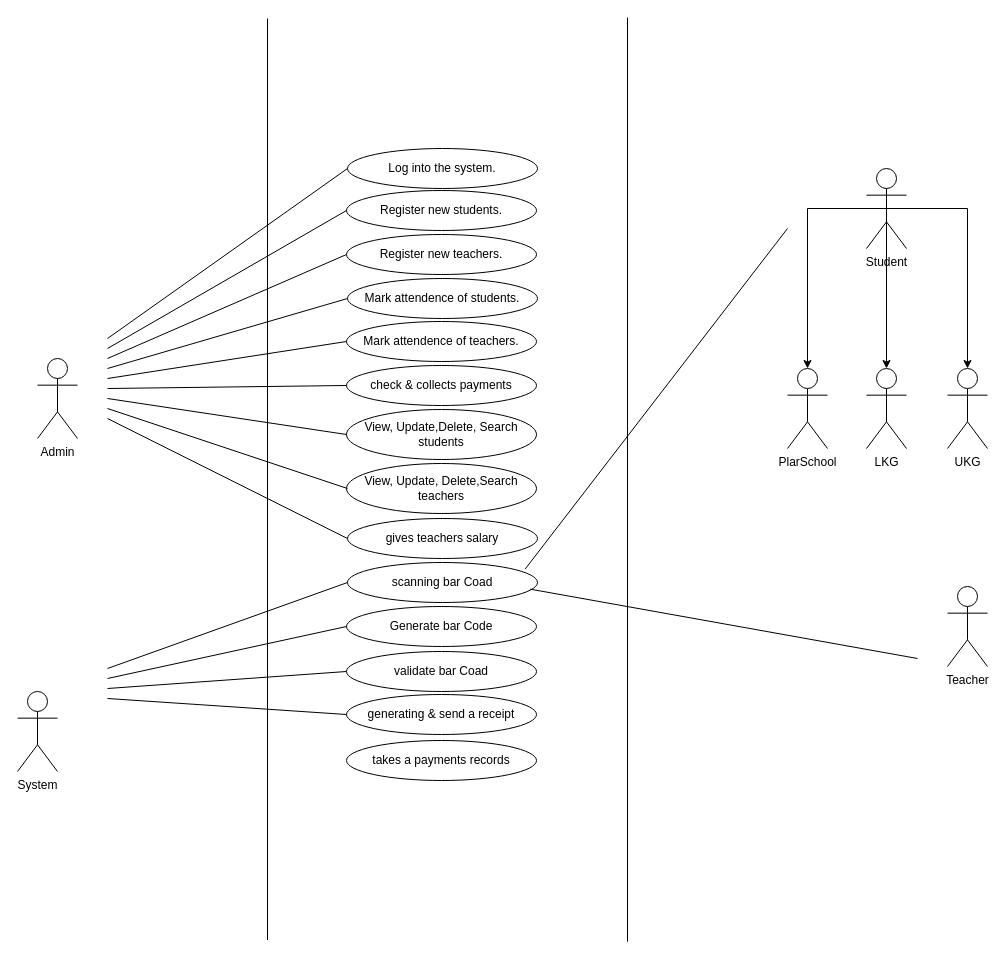
Before: UseCase.drawio in Dulara-Akalanka/Group-Software-Project, a draw.io diagram. Source tidied: cells renumbered, new cells numbered last; positions are measured from the earlier drawing's top-left corner, leaving out a move shared by most shapes. Both pictures are drawn from the tidied source at 100%, with x=0, y=0 at pixel (17, 17).
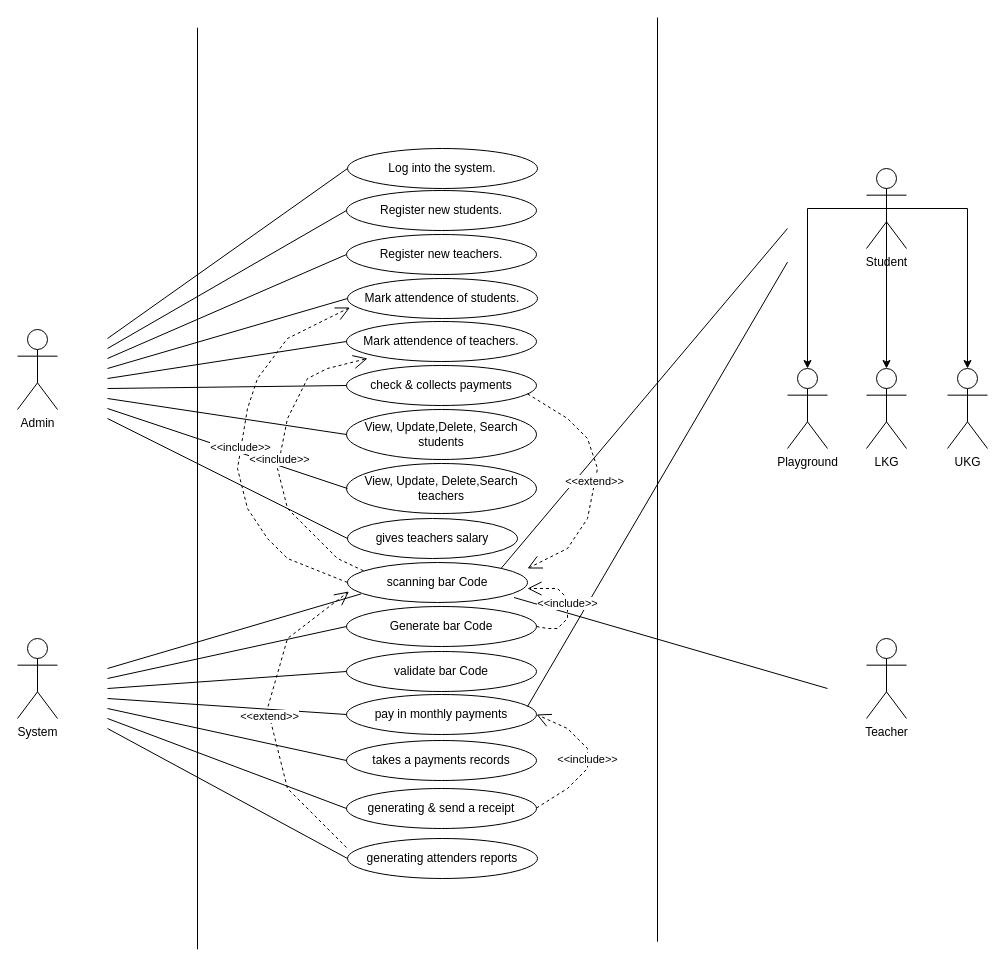
Above is the later version.

The change refers to these unchanged cells:
```xml
<mxCell id="4" value="check &amp;amp; collects payments" style="ellipse;whiteSpace=wrap;html=1;" parent="1" vertex="1">
  <mxGeometry x="329" y="348" width="190" height="40" as="geometry" />
</mxCell>
<mxCell id="7" value="Generate bar Code" style="ellipse;whiteSpace=wrap;html=1;" parent="1" vertex="1">
  <mxGeometry x="329" y="589" width="190" height="40" as="geometry" />
</mxCell>
<mxCell id="18" value="takes a payments records" style="ellipse;whiteSpace=wrap;html=1;" parent="1" vertex="1">
  <mxGeometry x="329" y="723" width="190" height="40" as="geometry" />
</mxCell>
<mxCell id="29" value="Mark attendence of students." style="ellipse;whiteSpace=wrap;html=1;" parent="1" vertex="1">
  <mxGeometry x="330" y="261" width="190" height="40" as="geometry" />
</mxCell>
```

Diff of the diagram source:
```diff
@@
-    <mxCell id="2" value="Admin" style="shape=umlActor;verticalLabelPosition=bottom;verticalAlign=top;html=1;" parent="1" vertex="1">
-      <mxGeometry x="20" y="341" width="40" height="80" as="geometry" />
-    </mxCell>
     <mxCell id="3" value="Teacher" style="shape=umlActor;verticalLabelPosition=bottom;verticalAlign=top;html=1;" parent="1" vertex="1">
-      <mxGeometry x="930" y="569" width="40" height="80" as="geometry" />
+      <mxGeometry x="849" y="621" width="40" height="80" as="geometry" />
     </mxCell>
@@
     <mxCell id="5" value="gives teachers salary" style="ellipse;whiteSpace=wrap;html=1;" parent="1" vertex="1">
-      <mxGeometry x="330" y="501" width="190" height="40" as="geometry" />
+      <mxGeometry x="330" y="501" width="170" height="40" as="geometry" />
     </mxCell>
-    <mxCell id="6" value="scanning bar Coad" style="ellipse;whiteSpace=wrap;html=1;" parent="1" vertex="1">
-      <mxGeometry x="330" y="545" width="190" height="40" as="geometry" />
+    <mxCell id="6" value="scanning bar Code" style="ellipse;whiteSpace=wrap;html=1;" parent="1" vertex="1">
+      <mxGeometry x="330" y="545" width="180" height="40" as="geometry" />
     </mxCell>
@@
-    <mxCell id="8" value="validate bar Coad" style="ellipse;whiteSpace=wrap;html=1;" parent="1" vertex="1">
+    <mxCell id="8" value="validate bar Code" style="ellipse;whiteSpace=wrap;html=1;" parent="1" vertex="1">
       <mxGeometry x="329" y="634" width="190" height="40" as="geometry" />
     </mxCell>
     <mxCell id="9" value="System" style="shape=umlActor;verticalLabelPosition=bottom;verticalAlign=top;html=1;" parent="1" vertex="1">
-      <mxGeometry y="674" width="40" height="80" as="geometry" />
+      <mxGeometry y="621" width="40" height="80" as="geometry" />
     </mxCell>
-    <mxCell id="10" value="generating &amp;amp; send a receipt" style="ellipse;whiteSpace=wrap;html=1;" parent="1" vertex="1">
+    <mxCell id="10" value="pay in monthly payments" style="ellipse;whiteSpace=wrap;html=1;" parent="1" vertex="1">
       <mxGeometry x="329" y="677" width="190" height="40" as="geometry" />
     </mxCell>
     <mxCell id="11" style="endArrow=none;html=1;rounded=0;" parent="1" edge="1">
       <mxGeometry relative="1" as="geometry">
-        <mxPoint x="250" y="922.6" as="sourcePoint" />
-        <mxPoint x="250" y="1" as="targetPoint" />
+        <mxPoint x="180" y="931.8" as="sourcePoint" />
+        <mxPoint x="180" y="10.2" as="targetPoint" />
       </mxGeometry>
     </mxCell>
     <mxCell id="12" style="endArrow=none;html=1;rounded=0;" parent="1" edge="1">
       <mxGeometry relative="1" as="geometry">
-        <mxPoint x="610" y="924.2" as="sourcePoint" />
-        <mxPoint x="610" as="targetPoint" />
+        <mxPoint x="640" y="924.2" as="sourcePoint" />
+        <mxPoint x="640" as="targetPoint" />
       </mxGeometry>
     </mxCell>
@@
-    <mxCell id="17" style="endArrow=none;html=1;rounded=0;exitX=0.935;exitY=0.165;exitDx=0;exitDy=0;exitPerimeter=0;" parent="1" edge="1" source="6">
+    <mxCell id="17" style="endArrow=none;html=1;rounded=0;exitX=1;exitY=0;exitDx=0;exitDy=0;" parent="1" edge="1" source="6">
       <mxGeometry relative="1" as="geometry">
         <mxPoint x="770" y="211" as="targetPoint" />
       </mxGeometry>
     </mxCell>
@@
-    <mxCell id="23" value="PlarSchool" style="shape=umlActor;verticalLabelPosition=bottom;verticalAlign=top;html=1;" parent="1" vertex="1">
+    <mxCell id="23" value="Playground" style="shape=umlActor;verticalLabelPosition=bottom;verticalAlign=top;html=1;" parent="1" vertex="1">
       <mxGeometry x="770" y="351" width="40" height="80" as="geometry" />
     </mxCell>
@@
-    <mxCell id="41" style="endArrow=none;html=1;rounded=0;entryX=0;entryY=0.5;entryDx=0;entryDy=0;entryPerimeter=0;" parent="1" edge="1" target="6">
+    <mxCell id="41" style="endArrow=none;html=1;rounded=0;entryX=0.076;entryY=0.785;entryDx=0;entryDy=0;entryPerimeter=0;" parent="1" edge="1" target="6">
       <mxGeometry relative="1" as="geometry">
         <mxPoint x="90" y="651" as="sourcePoint" />
       </mxGeometry>
     </mxCell>
-    <mxCell id="42" style="endArrow=none;html=1;rounded=0;exitX=0.96;exitY=0.665;exitDx=0;exitDy=0;exitPerimeter=0;" parent="1" edge="1" source="6">
+    <mxCell id="42" style="endArrow=none;html=1;rounded=0;exitX=0.925;exitY=0.875;exitDx=0;exitDy=0;exitPerimeter=0;" parent="1" edge="1" source="6">
       <mxGeometry relative="1" as="geometry">
-        <mxPoint x="900" y="641" as="targetPoint" />
+        <mxPoint x="810" y="671" as="targetPoint" />
       </mxGeometry>
     </mxCell>
+    <mxCell id="43" style="endArrow=none;html=1;rounded=0;entryX=0;entryY=0.5;entryDx=0;entryDy=0;" parent="1" edge="1" target="18">
+      <mxGeometry relative="1" as="geometry">
+        <mxPoint x="90" y="691" as="sourcePoint" />
+      </mxGeometry>
+    </mxCell>
+    <mxCell id="2" value="Admin" style="shape=umlActor;verticalLabelPosition=bottom;verticalAlign=top;html=1;" parent="1" vertex="1">
+      <mxGeometry y="312" width="40" height="80" as="geometry" />
+    </mxCell>
+    <mxCell id="44" value="&amp;lt;&amp;lt;extend&amp;gt;&amp;gt;" style="endArrow=open;endSize=12;dashed=1;html=1;rounded=0;exitX=0.953;exitY=0.71;exitDx=0;exitDy=0;exitPerimeter=0;" parent="1" edge="1" source="4">
+      <mxGeometry x="0.01" relative="1" as="geometry">
+        <mxPoint x="510" y="551" as="targetPoint" />
+        <Array as="points">
+          <mxPoint x="550" y="401" />
+          <mxPoint x="570" y="421" />
+          <mxPoint x="580" y="451" />
+          <mxPoint x="570" y="501" />
+          <mxPoint x="550" y="531" />
+        </Array>
+      </mxGeometry>
+    </mxCell>
+    <mxCell id="45" value="&amp;lt;&amp;lt;include&amp;gt;&amp;gt;" style="endArrow=open;endSize=12;dashed=1;html=1;rounded=0;entryX=0.013;entryY=0.725;entryDx=0;entryDy=0;entryPerimeter=0;" parent="1" edge="1" target="29">
+      <mxGeometry relative="1" as="geometry">
+        <mxPoint x="330" y="565" as="sourcePoint" />
+        <Array as="points">
+          <mxPoint x="270" y="541" />
+          <mxPoint x="250" y="521" />
+          <mxPoint x="230" y="491" />
+          <mxPoint x="220" y="451" />
+          <mxPoint x="230" y="391" />
+          <mxPoint x="240" y="361" />
+          <mxPoint x="270" y="321" />
+        </Array>
+      </mxGeometry>
+    </mxCell>
+    <mxCell id="46" value="&amp;lt;&amp;lt;include&amp;gt;&amp;gt;" style="endArrow=open;endSize=12;dashed=1;html=1;rounded=0;exitX=0.088;exitY=0.205;exitDx=0;exitDy=0;exitPerimeter=0;" parent="1" edge="1" source="6">
+      <mxGeometry relative="1" as="geometry">
+        <mxPoint x="350" y="341" as="targetPoint" />
+        <Array as="points">
+          <mxPoint x="320" y="541" />
+          <mxPoint x="270" y="491" />
+          <mxPoint x="260" y="451" />
+          <mxPoint x="270" y="401" />
+          <mxPoint x="290" y="361" />
+          <mxPoint x="310" y="351" />
+        </Array>
+      </mxGeometry>
+    </mxCell>
+    <mxCell id="47" value="generating &amp;amp; send a receipt" style="ellipse;whiteSpace=wrap;html=1;" parent="1" vertex="1">
+      <mxGeometry x="329" y="771" width="190" height="40" as="geometry" />
+    </mxCell>
+    <mxCell id="48" style="endArrow=none;html=1;rounded=0;entryX=0;entryY=0.5;entryDx=0;entryDy=0;" parent="1" edge="1" target="47">
+      <mxGeometry relative="1" as="geometry">
+        <mxPoint x="90" y="701" as="sourcePoint" />
+      </mxGeometry>
+    </mxCell>
+    <mxCell id="49" style="endArrow=none;html=1;rounded=0;" parent="1" edge="1">
+      <mxGeometry relative="1" as="geometry">
+        <mxPoint x="510" y="689" as="sourcePoint" />
+        <mxPoint x="770" y="244.6" as="targetPoint" />
+      </mxGeometry>
+    </mxCell>
+    <mxCell id="50" value="&amp;lt;&amp;lt;include&amp;gt;&amp;gt;" style="endArrow=open;endSize=12;dashed=1;html=1;rounded=0;exitX=1;exitY=0.5;exitDx=0;exitDy=0;" parent="1" edge="1" source="7">
+      <mxGeometry relative="1" as="geometry">
+        <mxPoint x="510" y="571" as="targetPoint" />
+        <Array as="points">
+          <mxPoint x="530" y="611" />
+          <mxPoint x="540" y="611" />
+          <mxPoint x="550" y="601" />
+          <mxPoint x="550" y="591" />
+          <mxPoint x="550" y="581" />
+          <mxPoint x="540" y="571" />
+        </Array>
+      </mxGeometry>
+    </mxCell>
+    <mxCell id="51" value="&amp;lt;&amp;lt;include&amp;gt;&amp;gt;" style="endArrow=open;endSize=12;dashed=1;html=1;rounded=0;entryX=1;entryY=0.5;entryDx=0;entryDy=0;" parent="1" edge="1" target="10">
+      <mxGeometry relative="1" as="geometry">
+        <mxPoint x="519" y="790.5" as="sourcePoint" />
+        <Array as="points">
+          <mxPoint x="550" y="771" />
+          <mxPoint x="570" y="751" />
+          <mxPoint x="570" y="731" />
+          <mxPoint x="560" y="721" />
+          <mxPoint x="550" y="711" />
+        </Array>
+      </mxGeometry>
+    </mxCell>
+    <mxCell id="52" value="generating attenders reports" style="ellipse;whiteSpace=wrap;html=1;" parent="1" vertex="1">
+      <mxGeometry x="330" y="821" width="190" height="40" as="geometry" />
+    </mxCell>
+    <mxCell id="53" style="endArrow=none;html=1;rounded=0;entryX=0;entryY=0.5;entryDx=0;entryDy=0;" parent="1" edge="1" target="52">
+      <mxGeometry relative="1" as="geometry">
+        <mxPoint x="90" y="711" as="sourcePoint" />
+      </mxGeometry>
+    </mxCell>
+    <mxCell id="54" value="&amp;lt;&amp;lt;extend&amp;gt;&amp;gt;" style="endArrow=open;endSize=12;dashed=1;html=1;rounded=0;entryX=0.008;entryY=0.725;entryDx=0;entryDy=0;entryPerimeter=0;" parent="1" edge="1" target="6">
+      <mxGeometry relative="1" as="geometry">
+        <mxPoint x="329" y="830" as="sourcePoint" />
+        <Array as="points">
+          <mxPoint x="270" y="771" />
+          <mxPoint x="250" y="691" />
+          <mxPoint x="270" y="621" />
+        </Array>
+      </mxGeometry>
+    </mxCell>
```
